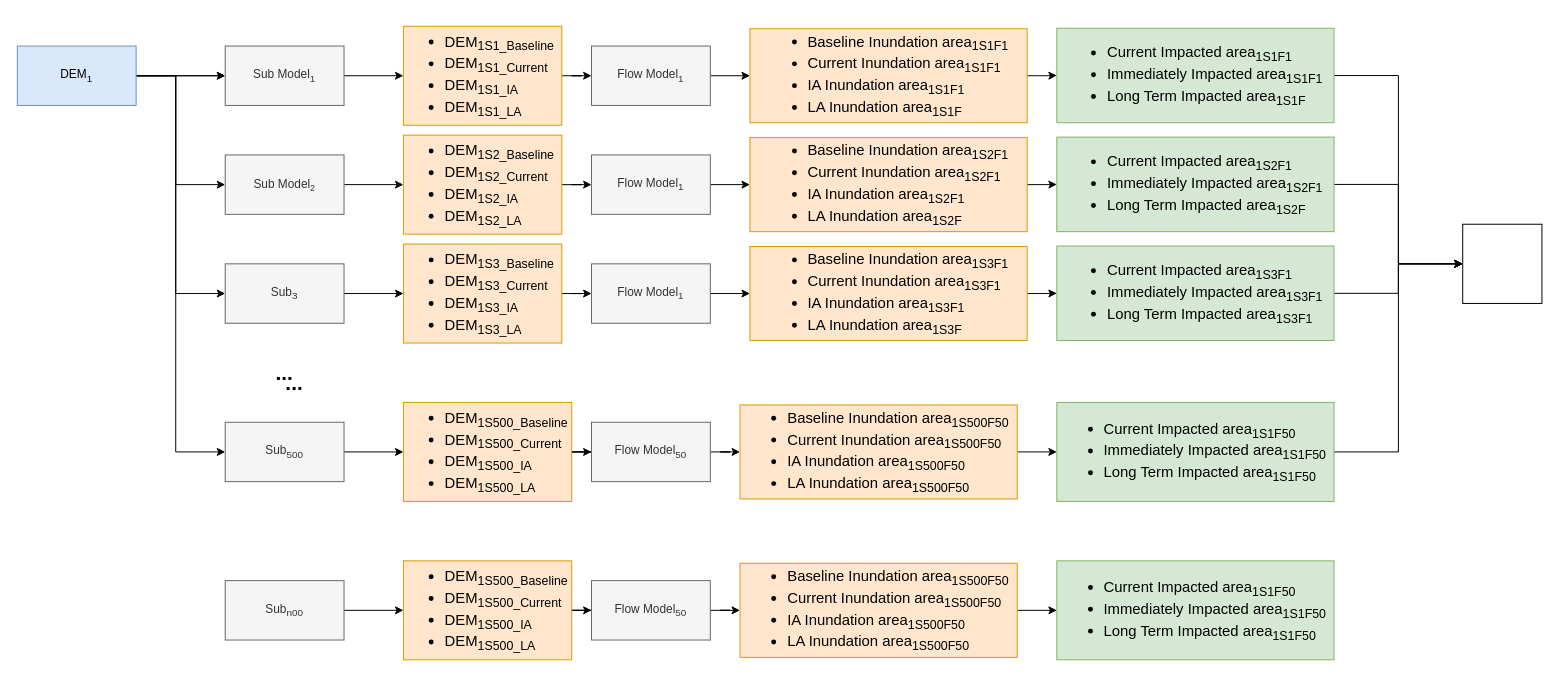
Before: Untitled Diagram.drawio in Office-of-Groundwater-Impact-Assessment/ogialibs, a draw.io diagram. Source tidied: cells renumbered, new cells numbered last; positions are measured from the earlier drawing's top-left corner, leaving out a move shared by most shapes. Both pictures are drawn from the tidied source at 99%, with x=0, y=0 at pixel (17, 26).
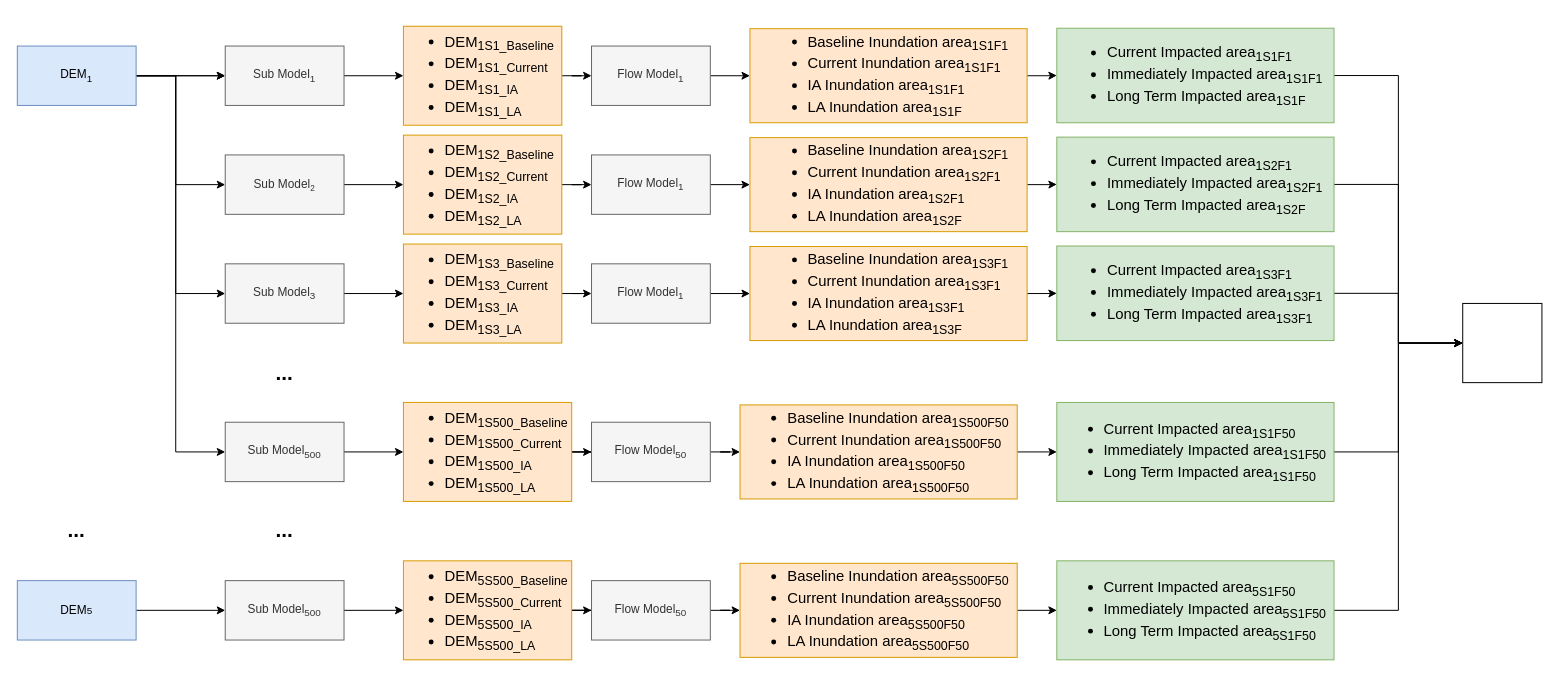
The same page after the edit.

Change to the diagram source:
```diff
@@
-    <mxCell id="13" value="Sub&lt;sub&gt;3&lt;/sub&gt;" style="rounded=0;whiteSpace=wrap;html=1;fillColor=#f5f5f5;strokeColor=#666666;fontColor=#333333;" parent="1" vertex="1">
+    <mxCell id="13" value="Sub Model&lt;sub&gt;3&lt;/sub&gt;" style="rounded=0;whiteSpace=wrap;html=1;fillColor=#f5f5f5;strokeColor=#666666;fontColor=#333333;" parent="1" vertex="1">
       <mxGeometry x="210" y="240" width="120" height="60" as="geometry" />
     </mxCell>
@@
-    <mxCell id="15" value="Sub&lt;sub&gt;500&lt;/sub&gt;" style="rounded=0;whiteSpace=wrap;html=1;fillColor=#f5f5f5;strokeColor=#666666;fontColor=#333333;" parent="1" vertex="1">
+    <mxCell id="15" value="Sub Model&lt;sub&gt;500&lt;/sub&gt;" style="rounded=0;whiteSpace=wrap;html=1;fillColor=#f5f5f5;strokeColor=#666666;fontColor=#333333;" parent="1" vertex="1">
       <mxGeometry x="210" y="400" width="120" height="60" as="geometry" />
     </mxCell>
@@
     <mxCell id="49" style="whiteSpace=wrap;html=1;" parent="1" vertex="1">
-      <mxGeometry x="1460" y="200" width="80" height="80" as="geometry" />
+      <mxGeometry x="1460" y="280" width="80" height="80" as="geometry" />
     </mxCell>
     <mxCell id="50" value="&lt;font style=&quot;font-size: 21px;&quot;&gt;&lt;b&gt;...&lt;/b&gt;&lt;/font&gt;" style="text;html=1;strokeColor=none;fillColor=none;align=center;verticalAlign=middle;whiteSpace=wrap;rounded=0;" parent="1" vertex="1">
-      <mxGeometry x="250" y="330" width="60" height="60" as="geometry" />
+      <mxGeometry x="240" y="477.5" width="60" height="60" as="geometry" />
     </mxCell>
@@
-    <mxCell id="52" value="Sub&lt;sub&gt;n00&lt;/sub&gt;" style="rounded=0;whiteSpace=wrap;html=1;fillColor=#f5f5f5;strokeColor=#666666;fontColor=#333333;" parent="1" vertex="1">
+    <mxCell id="52" value="Sub Model&lt;sub&gt;500&lt;/sub&gt;" style="rounded=0;whiteSpace=wrap;html=1;fillColor=#f5f5f5;strokeColor=#666666;fontColor=#333333;" parent="1" vertex="1">
       <mxGeometry x="210" y="560" width="120" height="60" as="geometry" />
     </mxCell>
@@
-    <mxCell id="54" value="&lt;ul style=&quot;font-size: 15px;&quot;&gt;&lt;li style=&quot;&quot;&gt;DEM&lt;sub style=&quot;border-color: var(--border-color);&quot;&gt;1S500_Baseline&lt;/sub&gt;&lt;/li&gt;&lt;li style=&quot;border-color: var(--border-color);&quot;&gt;DEM&lt;sub style=&quot;border-color: var(--border-color);&quot;&gt;1S500_Current&lt;/sub&gt;&lt;/li&gt;&lt;li style=&quot;border-color: var(--border-color);&quot;&gt;DEM&lt;sub style=&quot;border-color: var(--border-color);&quot;&gt;1S500_IA&lt;/sub&gt;&lt;/li&gt;&lt;li style=&quot;border-color: var(--border-color);&quot;&gt;DEM&lt;sub style=&quot;border-color: var(--border-color);&quot;&gt;1S500_LA&lt;/sub&gt;&lt;/li&gt;&lt;/ul&gt;" style="rounded=0;whiteSpace=wrap;html=1;align=left;fillColor=#ffe6cc;strokeColor=#d79b00;" parent="1" vertex="1">
+    <mxCell id="54" value="&lt;ul style=&quot;font-size: 15px;&quot;&gt;&lt;li style=&quot;&quot;&gt;DEM&lt;sub style=&quot;border-color: var(--border-color);&quot;&gt;5S500_Baseline&lt;/sub&gt;&lt;/li&gt;&lt;li style=&quot;border-color: var(--border-color);&quot;&gt;DEM&lt;sub style=&quot;border-color: var(--border-color);&quot;&gt;5S500_Current&lt;/sub&gt;&lt;/li&gt;&lt;li style=&quot;border-color: var(--border-color);&quot;&gt;DEM&lt;sub style=&quot;border-color: var(--border-color);&quot;&gt;5S500_IA&lt;/sub&gt;&lt;/li&gt;&lt;li style=&quot;border-color: var(--border-color);&quot;&gt;DEM&lt;sub style=&quot;border-color: var(--border-color);&quot;&gt;5S500_LA&lt;/sub&gt;&lt;/li&gt;&lt;/ul&gt;" style="rounded=0;whiteSpace=wrap;html=1;align=left;fillColor=#ffe6cc;strokeColor=#d79b00;" parent="1" vertex="1">
       <mxGeometry x="390" y="540" width="170" height="100" as="geometry" />
     </mxCell>
@@
-    <mxCell id="58" value="&lt;ul style=&quot;font-size: 15px;&quot;&gt;&lt;li style=&quot;border-color: var(--border-color); text-align: left;&quot;&gt;Baseline Inundation area&lt;sub style=&quot;border-color: var(--border-color);&quot;&gt;1S500F50&lt;/sub&gt;&lt;/li&gt;&lt;li style=&quot;border-color: var(--border-color); text-align: left;&quot;&gt;Current Inundation area&lt;sub style=&quot;border-color: var(--border-color);&quot;&gt;1S500F50&lt;/sub&gt;&lt;/li&gt;&lt;li style=&quot;border-color: var(--border-color); text-align: left;&quot;&gt;IA Inundation area&lt;sub style=&quot;border-color: var(--border-color);&quot;&gt;1S500F50&lt;/sub&gt;&lt;/li&gt;&lt;li style=&quot;border-color: var(--border-color); text-align: left;&quot;&gt;LA Inundation area&lt;sub style=&quot;border-color: var(--border-color);&quot;&gt;1S500F50&lt;/sub&gt;&lt;/li&gt;&lt;/ul&gt;" style="whiteSpace=wrap;html=1;align=center;fillColor=#ffe6cc;strokeColor=#d79b00;rounded=0;" parent="1" vertex="1">
+    <mxCell id="58" value="&lt;ul style=&quot;font-size: 15px;&quot;&gt;&lt;li style=&quot;border-color: var(--border-color); text-align: left;&quot;&gt;Baseline Inundation area&lt;sub style=&quot;border-color: var(--border-color);&quot;&gt;5S500F50&lt;/sub&gt;&lt;/li&gt;&lt;li style=&quot;border-color: var(--border-color); text-align: left;&quot;&gt;Current Inundation area&lt;sub style=&quot;border-color: var(--border-color);&quot;&gt;5S500F50&lt;/sub&gt;&lt;/li&gt;&lt;li style=&quot;border-color: var(--border-color); text-align: left;&quot;&gt;IA Inundation area&lt;sub style=&quot;border-color: var(--border-color);&quot;&gt;5S500F50&lt;/sub&gt;&lt;/li&gt;&lt;li style=&quot;border-color: var(--border-color); text-align: left;&quot;&gt;LA Inundation area&lt;sub style=&quot;border-color: var(--border-color);&quot;&gt;5S500F50&lt;/sub&gt;&lt;/li&gt;&lt;/ul&gt;" style="whiteSpace=wrap;html=1;align=center;fillColor=#ffe6cc;strokeColor=#d79b00;rounded=0;" parent="1" vertex="1">
       <mxGeometry x="730" y="542.5" width="280" height="95" as="geometry" />
     </mxCell>
+    <mxCell id="60" style="edgeStyle=orthogonalEdgeStyle;rounded=0;jettySize=auto;html=1;entryX=0;entryY=0.5;entryDx=0;entryDy=0;" parent="1" edge="1" source="59" target="49">
+      <mxGeometry relative="1" as="geometry" />
+    </mxCell>
-    <mxCell id="59" value="&lt;ul style=&quot;border-color: var(--border-color); font-size: 15px;&quot;&gt;&lt;li style=&quot;border-color: var(--border-color); text-align: left;&quot;&gt;Current Impacted area&lt;sub style=&quot;border-color: var(--border-color);&quot;&gt;1S1F50&lt;/sub&gt;&lt;/li&gt;&lt;li style=&quot;border-color: var(--border-color); text-align: left;&quot;&gt;Immediately Impacted area&lt;sub style=&quot;border-color: var(--border-color);&quot;&gt;1S1F50&lt;/sub&gt;&lt;/li&gt;&lt;li style=&quot;text-align: left; border-color: var(--border-color);&quot;&gt;Long Term Impacted area&lt;sub style=&quot;border-color: var(--border-color);&quot;&gt;1S1F50&lt;/sub&gt;&lt;/li&gt;&lt;/ul&gt;" style="whiteSpace=wrap;html=1;align=center;fillColor=#d5e8d4;strokeColor=#82b366;rounded=0;" parent="1" vertex="1">
+    <mxCell id="59" value="&lt;ul style=&quot;border-color: var(--border-color); font-size: 15px;&quot;&gt;&lt;li style=&quot;border-color: var(--border-color); text-align: left;&quot;&gt;Current Impacted area&lt;sub style=&quot;border-color: var(--border-color);&quot;&gt;5S1F50&lt;/sub&gt;&lt;/li&gt;&lt;li style=&quot;border-color: var(--border-color); text-align: left;&quot;&gt;Immediately Impacted area&lt;sub style=&quot;border-color: var(--border-color);&quot;&gt;5S1F50&lt;/sub&gt;&lt;/li&gt;&lt;li style=&quot;text-align: left; border-color: var(--border-color);&quot;&gt;Long Term Impacted area&lt;sub style=&quot;border-color: var(--border-color);&quot;&gt;5S1F50&lt;/sub&gt;&lt;/li&gt;&lt;/ul&gt;" style="whiteSpace=wrap;html=1;align=center;fillColor=#d5e8d4;strokeColor=#82b366;rounded=0;" parent="1" vertex="1">
       <mxGeometry x="1050" y="540" width="280" height="100" as="geometry" />
     </mxCell>
+    <mxCell id="61" style="edgeStyle=orthogonalEdgeStyle;rounded=0;jettySize=auto;html=1;entryX=0;entryY=0.5;entryDx=0;entryDy=0;" parent="1" edge="1" source="62" target="52">
+      <mxGeometry relative="1" as="geometry" />
+    </mxCell>
+    <mxCell id="62" value="DEM&lt;span style=&quot;font-size: 10px;&quot;&gt;5&lt;/span&gt;" style="rounded=0;whiteSpace=wrap;html=1;fillColor=#dae8fc;strokeColor=#6c8ebf;" parent="1" vertex="1">
+      <mxGeometry y="560" width="120" height="60" as="geometry" />
+    </mxCell>
+    <mxCell id="63" value="&lt;font style=&quot;font-size: 21px;&quot;&gt;&lt;b&gt;...&lt;/b&gt;&lt;/font&gt;" style="text;html=1;strokeColor=none;fillColor=none;align=center;verticalAlign=middle;whiteSpace=wrap;rounded=0;" parent="1" vertex="1">
+      <mxGeometry x="30" y="477.5" width="60" height="60" as="geometry" />
+    </mxCell>
```
